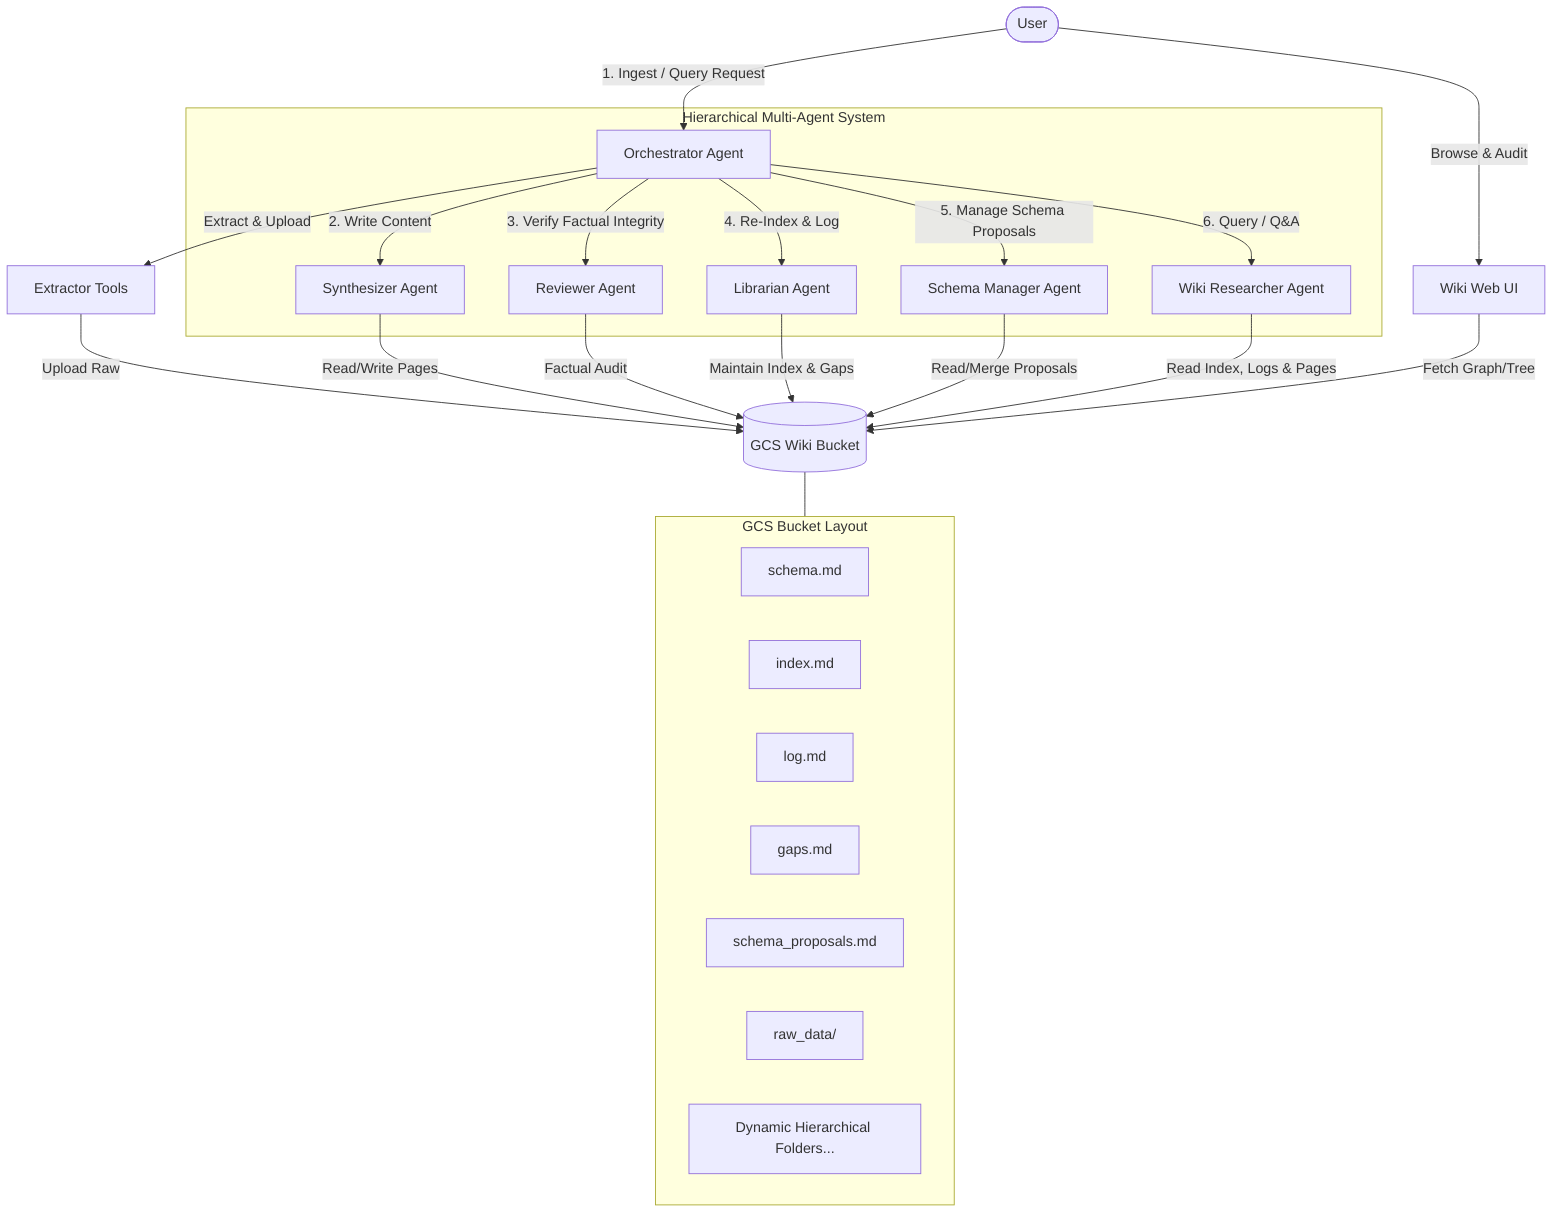
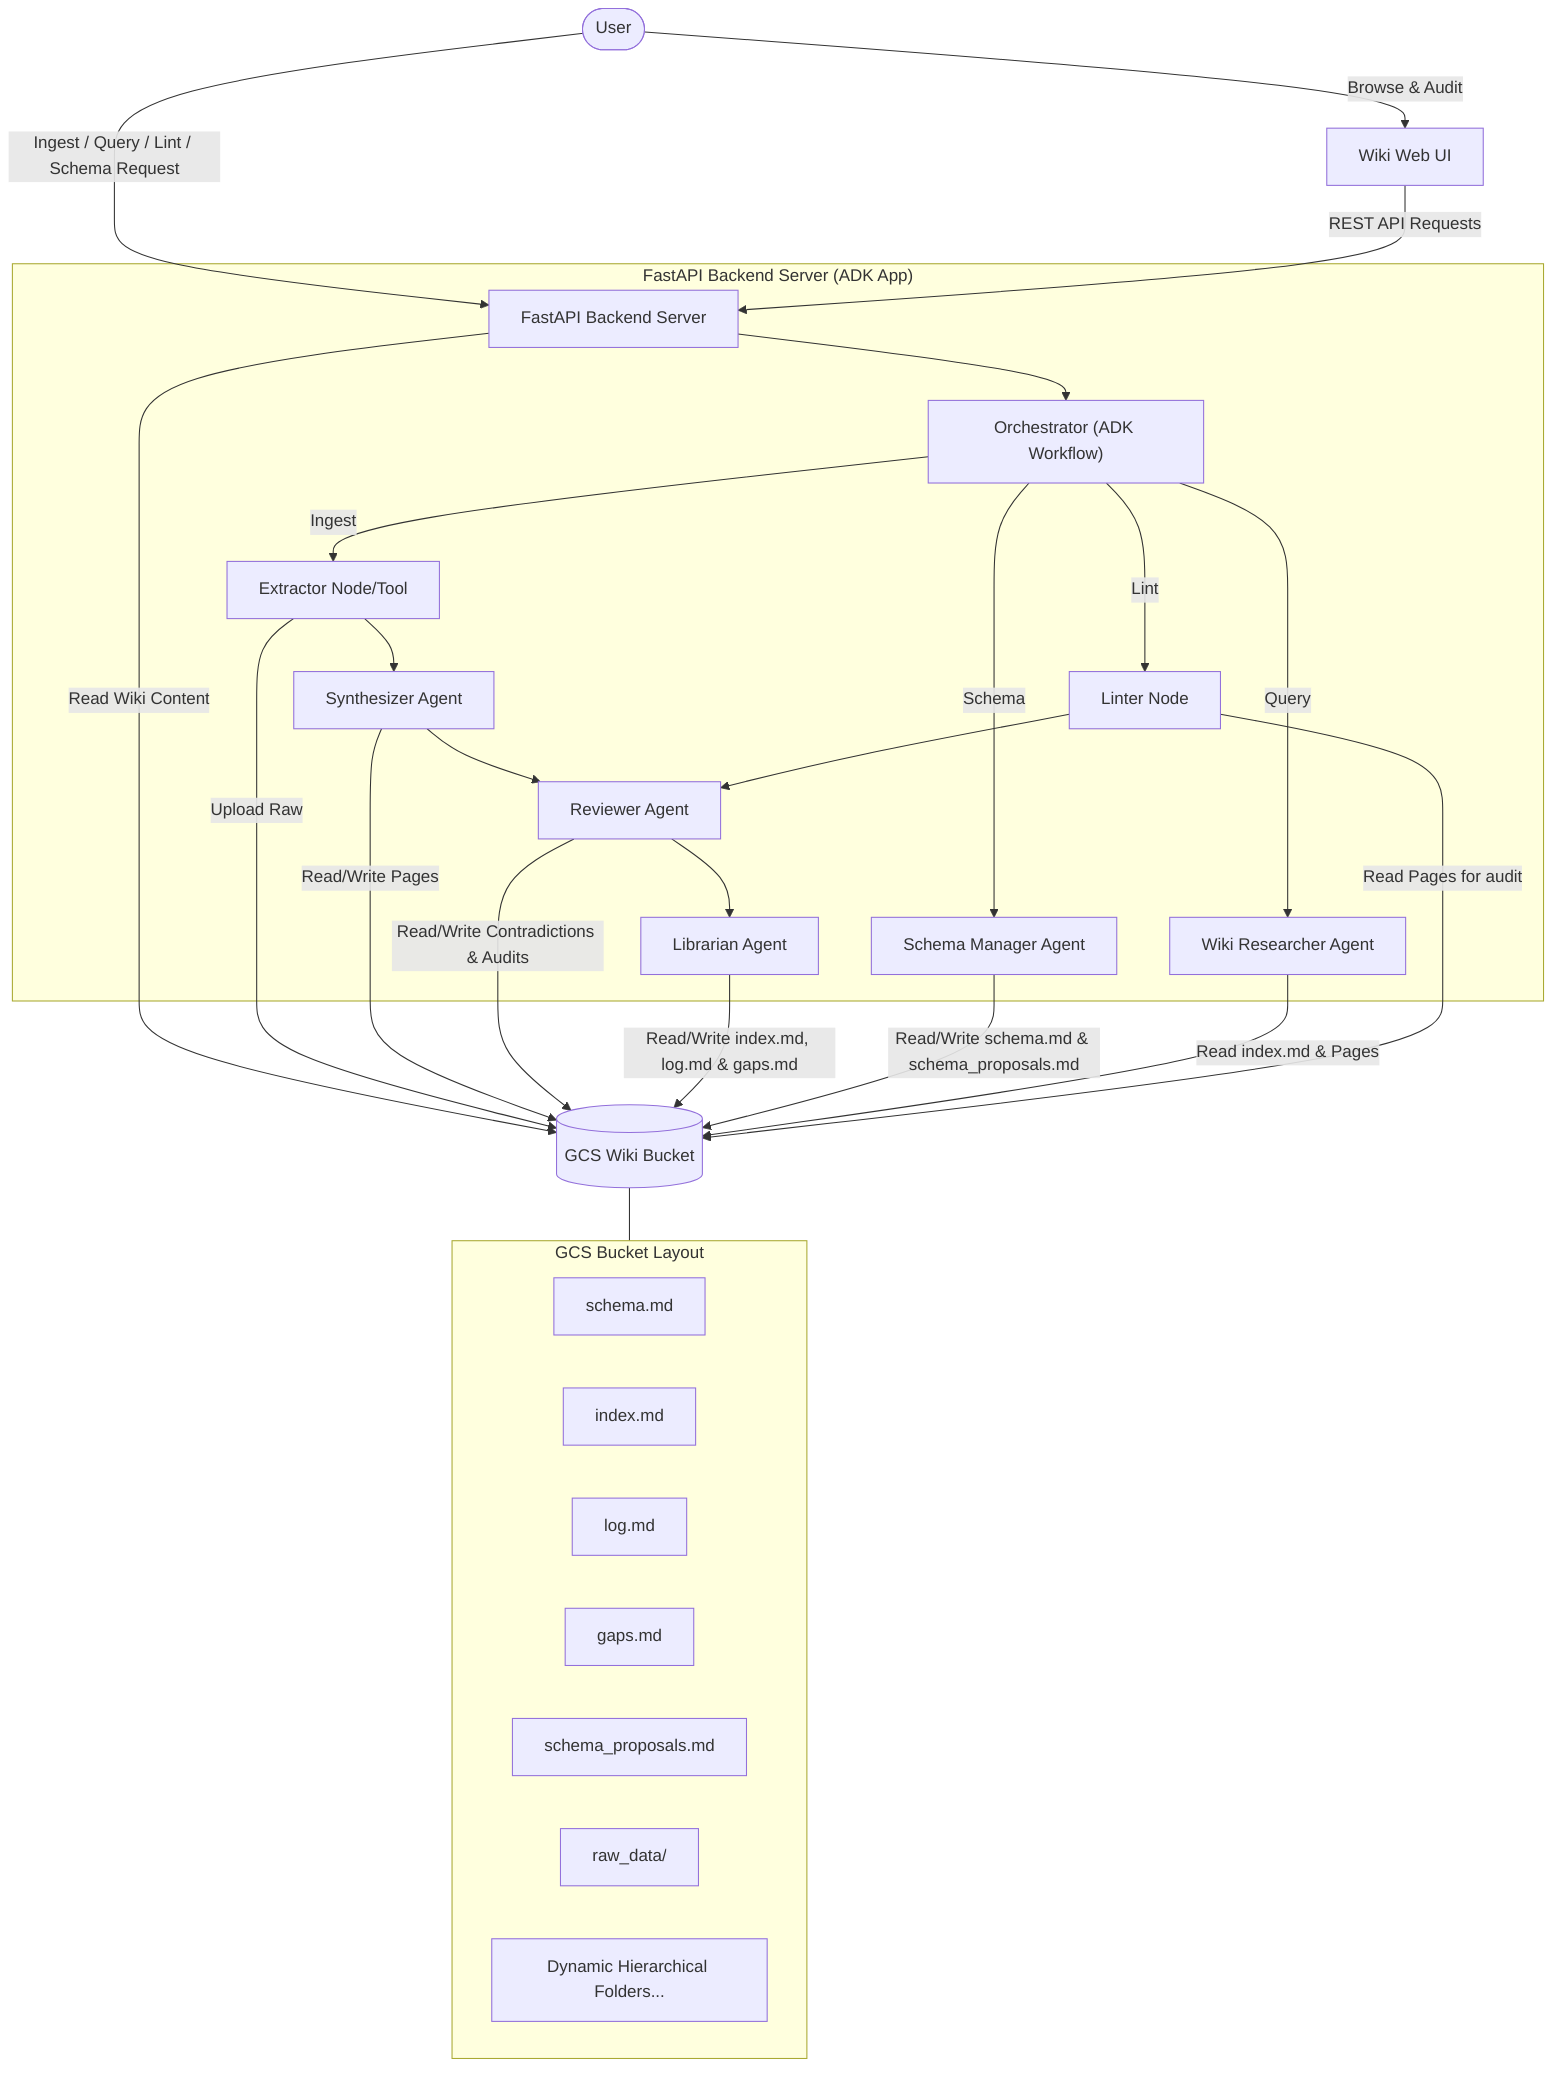
graph TD
-     User([User]) -->|1. Ingest / Query Request| Orch[Orchestrator Agent]
-     User -->|Browse & Audit| UI[Wiki Web UI]
+     User([User]) -->|Browse & Audit| UI["Wiki Web UI"]
+     User -->|Ingest / Query / Lint / Schema Request| Server["FastAPI Backend Server"]

-     subgraph multi_agent ["Hierarchical Multi-Agent System"]
-         Orch -->|2. Write Content| Synth[Synthesizer Agent]
-         Orch -->|3. Verify Factual Integrity| Rev[Reviewer Agent]
-         Orch -->|4. Re-Index & Log| Lib[Librarian Agent]
-         Orch -->|5. Manage Schema Proposals| SchemaMgr[Schema Manager Agent]
-         Orch -->|6. Query / Q&A| Res[Wiki Researcher Agent]
+     UI -->|REST API Requests| Server
+     Server -->|Read Wiki Content| GCS[(GCS Wiki Bucket)]
+ 
+     subgraph backend ["FastAPI Backend Server (ADK App)"]
+         Server --> Orch["Orchestrator (ADK Workflow)"]
+ 
+         Orch -->|Ingest| Extractor["Extractor Node/Tool"]
+         Extractor --> Synth["Synthesizer Agent"]
+         Synth --> Rev["Reviewer Agent"]
+         Rev --> Lib["Librarian Agent"]
+ 
+         Orch -->|Query| Res["Wiki Researcher Agent"]
+ 
+         Orch -->|Schema| SchemaMgr["Schema Manager Agent"]
+ 
+         Orch -->|Lint| Linter["Linter Node"]
+         Linter --> Rev
    end

-     Orch -->|Extract & Upload| ExtTools[Extractor Tools]
-     ExtTools -->|Upload Raw| GCS[(GCS Wiki Bucket)]
+     Extractor -->|Upload Raw| GCS
    Synth -->|Read/Write Pages| GCS
-     Rev -->|Factual Audit| GCS
-     Lib -->|Maintain Index & Gaps| GCS
-     SchemaMgr -->|Read/Merge Proposals| GCS
-     Res -->|Read Index, Logs & Pages| GCS
- 
-     UI -->|Fetch Graph/Tree| GCS
+     Rev -->|Read/Write Contradictions & Audits| GCS
+     Lib -->|Read/Write index.md, log.md & gaps.md| GCS
+     SchemaMgr -->|Read/Write schema.md & schema_proposals.md| GCS
+     Res -->|Read index.md & Pages| GCS
+     Linter -->|Read Pages for audit| GCS

    subgraph gcs_bucket ["GCS Bucket Layout"]
        schema[schema.md]
        index[index.md]
        log[log.md]
        gaps[gaps.md]
        proposals[schema_proposals.md]
        raw_data[raw_data/]
        hierarchy[Dynamic Hierarchical Folders...]
    end

-     GCS --- gcs_bucket
+     GCS --- gcs_bucket